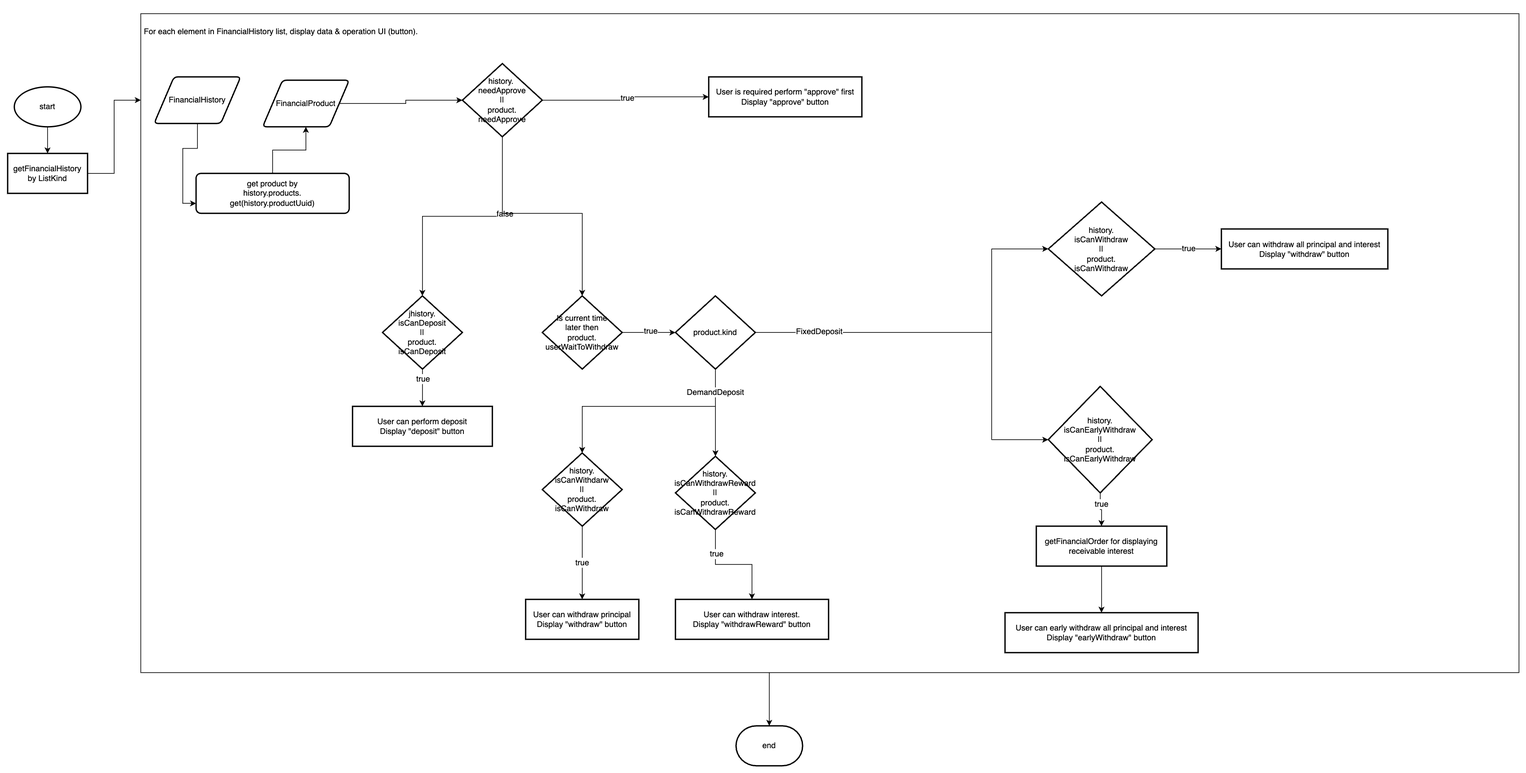
CYBAVO/android_wallet_sdk_sample keeps this draw.io diagram as docs/images/sdk_guideline/financial_history_flow.png. Above is the earlier version. Source tidied: cells renumbered, new cells last; positions are measured from the earlier drawing's top-left corner, leaving out a move shared by most shapes.
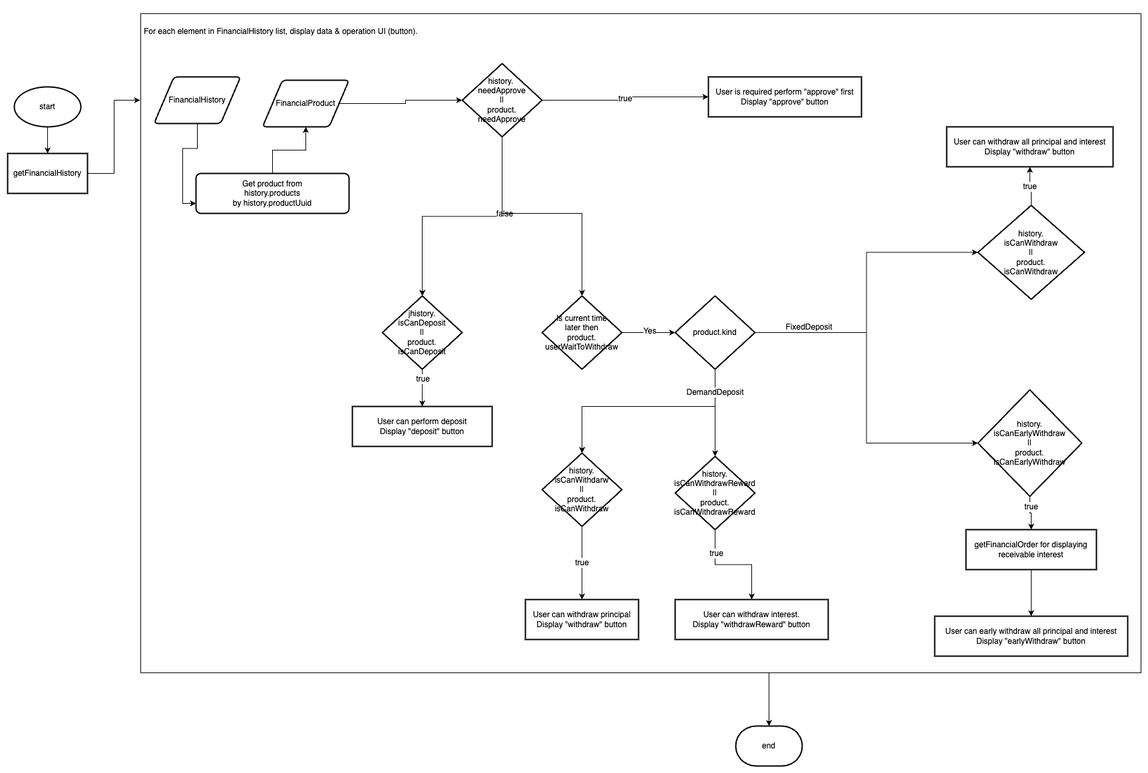
Later version of the same file.

Commit message:
update flow chart

Diff of the diagram source:
```diff
@@ -11,7 +11,7 @@
       </mxGeometry>
     </mxCell>
     <mxCell id="3" value="&lt;h1 style=&quot;font-size: 12px;&quot;&gt;&lt;span style=&quot;background-color: initial; font-size: 12px; font-weight: normal;&quot;&gt;&lt;br&gt;&lt;/span&gt;&lt;/h1&gt;&lt;h1 style=&quot;font-size: 12px;&quot;&gt;&lt;span style=&quot;background-color: initial; font-size: 12px; font-weight: normal;&quot;&gt;For each element in FinancialHistory list, display data &amp;amp; operation UI (button).&lt;/span&gt;&lt;br style=&quot;font-size: 12px;&quot;&gt;&lt;/h1&gt;" style="text;html=1;strokeColor=default;fillColor=none;spacing=5;spacingTop=-20;whiteSpace=wrap;overflow=hidden;rounded=0;shadow=0;fontSize=12;" parent="1" vertex="1">
-      <mxGeometry x="200" width="2070" height="990" as="geometry" />
+      <mxGeometry x="200" width="1503" height="990" as="geometry" />
     </mxCell>
     <mxCell id="4" style="edgeStyle=orthogonalEdgeStyle;rounded=0;jettySize=auto;html=1;fontSize=12;" parent="1" edge="1" source="5" target="7">
       <mxGeometry relative="1" as="geometry" />
@@ -29,7 +29,7 @@
         </Array>
       </mxGeometry>
     </mxCell>
-    <mxCell id="7" value="getFinancialHistory&lt;br style=&quot;font-size: 12px;&quot;&gt;by ListKind" style="whiteSpace=wrap;html=1;strokeWidth=2;fontSize=12;" parent="1" vertex="1">
+    <mxCell id="7" value="getFinancialHistory" style="whiteSpace=wrap;html=1;strokeWidth=2;fontSize=12;" parent="1" vertex="1">
       <mxGeometry y="210" width="120" height="60" as="geometry" />
     </mxCell>
     <mxCell id="8" value="User can perform deposit&lt;br style=&quot;font-size: 12px;&quot;&gt;Display &quot;deposit&quot; button" style="whiteSpace=wrap;html=1;strokeWidth=2;fontSize=12;" parent="1" vertex="1">
@@ -88,7 +88,7 @@
     <mxCell id="24" style="edgeStyle=orthogonalEdgeStyle;rounded=0;jettySize=auto;html=1;fontSize=12;" parent="1" edge="1" source="26" target="32">
       <mxGeometry relative="1" as="geometry" />
     </mxCell>
-    <mxCell id="25" value="true" style="edgeLabel;html=1;align=center;verticalAlign=middle;fontSize=12;" parent="24" vertex="1">
+    <mxCell id="25" value="Yes" style="edgeLabel;html=1;align=center;verticalAlign=middle;fontSize=12;" parent="24" vertex="1">
       <mxGeometry x="0.05" y="3" relative="1" as="geometry" />
     </mxCell>
     <mxCell id="26" value="Is current time &lt;br style=&quot;font-size: 12px;&quot;&gt;later then&lt;br style=&quot;font-size: 12px;&quot;&gt;product.&lt;br style=&quot;font-size: 12px;&quot;&gt;userWaitToWithdraw" style="strokeWidth=2;html=1;shape=mxgraph.flowchart.decision;whiteSpace=wrap;shadow=0;strokeColor=default;fillColor=none;fontSize=12;" parent="1" vertex="1">
@@ -108,13 +108,13 @@
     <mxCell id="29" value="DemandDeposit" style="edgeLabel;html=1;align=center;verticalAlign=middle;fontSize=12;" parent="28" vertex="1">
       <mxGeometry x="-0.79" y="-1" relative="1" as="geometry" />
     </mxCell>
-    <mxCell id="30" style="edgeStyle=orthogonalEdgeStyle;rounded=0;jettySize=auto;html=1;endArrow=none;endFill=0;fontSize=12;" parent="1" edge="1" source="32">
-      <mxGeometry relative="1" as="geometry">
-        <mxPoint x="1423" y="479" as="targetPoint" />
-      </mxGeometry>
+    <mxCell id="30" style="edgeStyle=orthogonalEdgeStyle;rounded=0;jettySize=auto;html=1;endArrow=classic;endFill=1;fontSize=12;entryX=0;entryY=0.5;entryDx=0;entryDy=0;" parent="1" edge="1" source="32" target="41">
+      <mxGeometry relative="1" as="geometry" />
     </mxCell>
     <mxCell id="31" value="FixedDeposit" style="edgeLabel;html=1;align=center;verticalAlign=middle;fontSize=12;" parent="30" vertex="1">
-      <mxGeometry x="-0.37" y="2" relative="1" as="geometry" />
+      <mxGeometry x="-0.37" y="2" relative="1" as="geometry">
+        <mxPoint x="-64" y="-7" as="offset" />
+      </mxGeometry>
     </mxCell>
     <mxCell id="32" value="product.kind" style="strokeWidth=2;html=1;shape=mxgraph.flowchart.decision;whiteSpace=wrap;shadow=0;strokeColor=default;fillColor=none;fontSize=12;" parent="1" vertex="1">
       <mxGeometry x="1003" y="424" width="120" height="110" as="geometry" />
@@ -131,15 +131,8 @@
     <mxCell id="36" value="User can withdraw principal&lt;br style=&quot;font-size: 12px;&quot;&gt;Display &quot;withdraw&quot; button" style="whiteSpace=wrap;html=1;fillColor=none;strokeWidth=2;shadow=0;fontSize=12;" parent="1" vertex="1">
       <mxGeometry x="778" y="880" width="170" height="60" as="geometry" />
     </mxCell>
-    <mxCell id="37" style="edgeStyle=orthogonalEdgeStyle;rounded=0;jettySize=auto;html=1;entryX=0;entryY=0.5;entryDx=0;entryDy=0;fontSize=12;" parent="1" edge="1" target="41">
-      <mxGeometry relative="1" as="geometry">
-        <mxPoint x="1393" y="479" as="sourcePoint" />
-      </mxGeometry>
-    </mxCell>
-    <mxCell id="38" style="edgeStyle=orthogonalEdgeStyle;rounded=0;jettySize=auto;html=1;entryX=0;entryY=0.5;entryDx=0;entryDy=0;fontSize=12;" parent="1" edge="1" target="44">
-      <mxGeometry relative="1" as="geometry">
-        <mxPoint x="1393" y="479" as="sourcePoint" />
-      </mxGeometry>
+    <mxCell id="38" style="edgeStyle=orthogonalEdgeStyle;rounded=0;jettySize=auto;html=1;entryX=0;entryY=0.5;entryDx=0;entryDy=0;fontSize=12;exitX=1;exitY=0.5;exitDx=0;exitDy=0;exitPerimeter=0;" parent="1" edge="1" source="32" target="44">
+      <mxGeometry relative="1" as="geometry" />
     </mxCell>
     <mxCell id="39" style="edgeStyle=orthogonalEdgeStyle;rounded=0;jettySize=auto;html=1;fontSize=12;" parent="1" edge="1" source="41" target="45">
       <mxGeometry relative="1" as="geometry" />
@@ -148,7 +141,7 @@
       <mxGeometry y="1" relative="1" as="geometry" />
     </mxCell>
     <mxCell id="41" value="history.&lt;br style=&quot;font-size: 12px;&quot;&gt;isCanWithdraw&lt;br style=&quot;font-size: 12px;&quot;&gt;||&lt;br style=&quot;font-size: 12px;&quot;&gt;product.&lt;br style=&quot;font-size: 12px;&quot;&gt;isCanWithdraw" style="rhombus;whiteSpace=wrap;html=1;fillColor=none;strokeWidth=2;shadow=0;fontSize=12;" parent="1" vertex="1">
-      <mxGeometry x="1563" y="283" width="160" height="141" as="geometry" />
+      <mxGeometry x="1458" y="288" width="160" height="141" as="geometry" />
     </mxCell>
     <mxCell id="42" style="edgeStyle=orthogonalEdgeStyle;rounded=0;jettySize=auto;html=1;fontSize=12;" parent="1" edge="1" source="44" target="47">
       <mxGeometry relative="1" as="geometry" />
@@ -157,19 +150,19 @@
       <mxGeometry x="-0.38" y="1" relative="1" as="geometry" />
     </mxCell>
     <mxCell id="44" value="history.&lt;br style=&quot;font-size: 12px;&quot;&gt;isCanEarlyWithdraw&lt;br style=&quot;font-size: 12px;&quot;&gt;||&lt;br style=&quot;font-size: 12px;&quot;&gt;product.&lt;br style=&quot;font-size: 12px;&quot;&gt;isCanEarlyWithdraw" style="rhombus;whiteSpace=wrap;html=1;fillColor=none;strokeWidth=2;shadow=0;fontSize=12;" parent="1" vertex="1">
-      <mxGeometry x="1563" y="560" width="156" height="160" as="geometry" />
+      <mxGeometry x="1458" y="565" width="156" height="160" as="geometry" />
     </mxCell>
     <mxCell id="45" value="User can withdraw all principal&amp;nbsp;and interest&lt;br style=&quot;font-size: 12px;&quot;&gt;Display &quot;withdraw&quot; button" style="whiteSpace=wrap;html=1;fillColor=none;strokeWidth=2;shadow=0;fontSize=12;" parent="1" vertex="1">
-      <mxGeometry x="1823" y="323.5" width="250" height="60" as="geometry" />
+      <mxGeometry x="1411" y="170" width="250" height="60" as="geometry" />
     </mxCell>
     <mxCell id="46" style="edgeStyle=orthogonalEdgeStyle;rounded=0;jettySize=auto;html=1;fontSize=12;" parent="1" edge="1" source="47" target="48">
       <mxGeometry relative="1" as="geometry" />
     </mxCell>
     <mxCell id="47" value="getFinancialOrder for displaying receivable interest" style="whiteSpace=wrap;html=1;fillColor=none;strokeWidth=2;shadow=0;fontSize=12;" parent="1" vertex="1">
-      <mxGeometry x="1545" y="770" width="196" height="60" as="geometry" />
+      <mxGeometry x="1440" y="775" width="196" height="60" as="geometry" />
     </mxCell>
     <mxCell id="48" value="User can early withdraw all principal and interest&lt;br style=&quot;font-size: 12px;&quot;&gt;Display &quot;earlyWithdraw&quot; button" style="whiteSpace=wrap;html=1;fillColor=none;strokeWidth=2;shadow=0;fontSize=12;" parent="1" vertex="1">
-      <mxGeometry x="1498" y="900" width="290" height="60" as="geometry" />
+      <mxGeometry x="1393" y="905" width="290" height="60" as="geometry" />
     </mxCell>
     <mxCell id="49" value="end" style="strokeWidth=2;html=1;shape=mxgraph.flowchart.terminator;whiteSpace=wrap;shadow=0;strokeColor=default;fillColor=none;fontSize=12;" parent="1" vertex="1">
       <mxGeometry x="1094" y="1070" width="100" height="60" as="geometry" />
@@ -183,7 +176,7 @@
     <mxCell id="52" style="edgeStyle=orthogonalEdgeStyle;rounded=0;jettySize=auto;html=1;fontSize=12;" parent="1" edge="1" source="53" target="16">
       <mxGeometry relative="1" as="geometry" />
     </mxCell>
-    <mxCell id="53" value="get product by&lt;br style=&quot;font-size: 12px;&quot;&gt;history.products.&lt;br&gt;get(history.productUuid)" style="whiteSpace=wrap;html=1;fillColor=none;strokeWidth=2;rounded=1;arcSize=12;shadow=0;fontSize=12;" parent="1" vertex="1">
+    <mxCell id="53" value="Get product from&lt;br&gt;history.products&lt;br&gt;by&amp;nbsp;history.productUuid" style="whiteSpace=wrap;html=1;fillColor=none;strokeWidth=2;rounded=1;arcSize=12;shadow=0;fontSize=12;" parent="1" vertex="1">
       <mxGeometry x="283" y="240" width="230" height="60" as="geometry" />
     </mxCell>
   </root>
```
